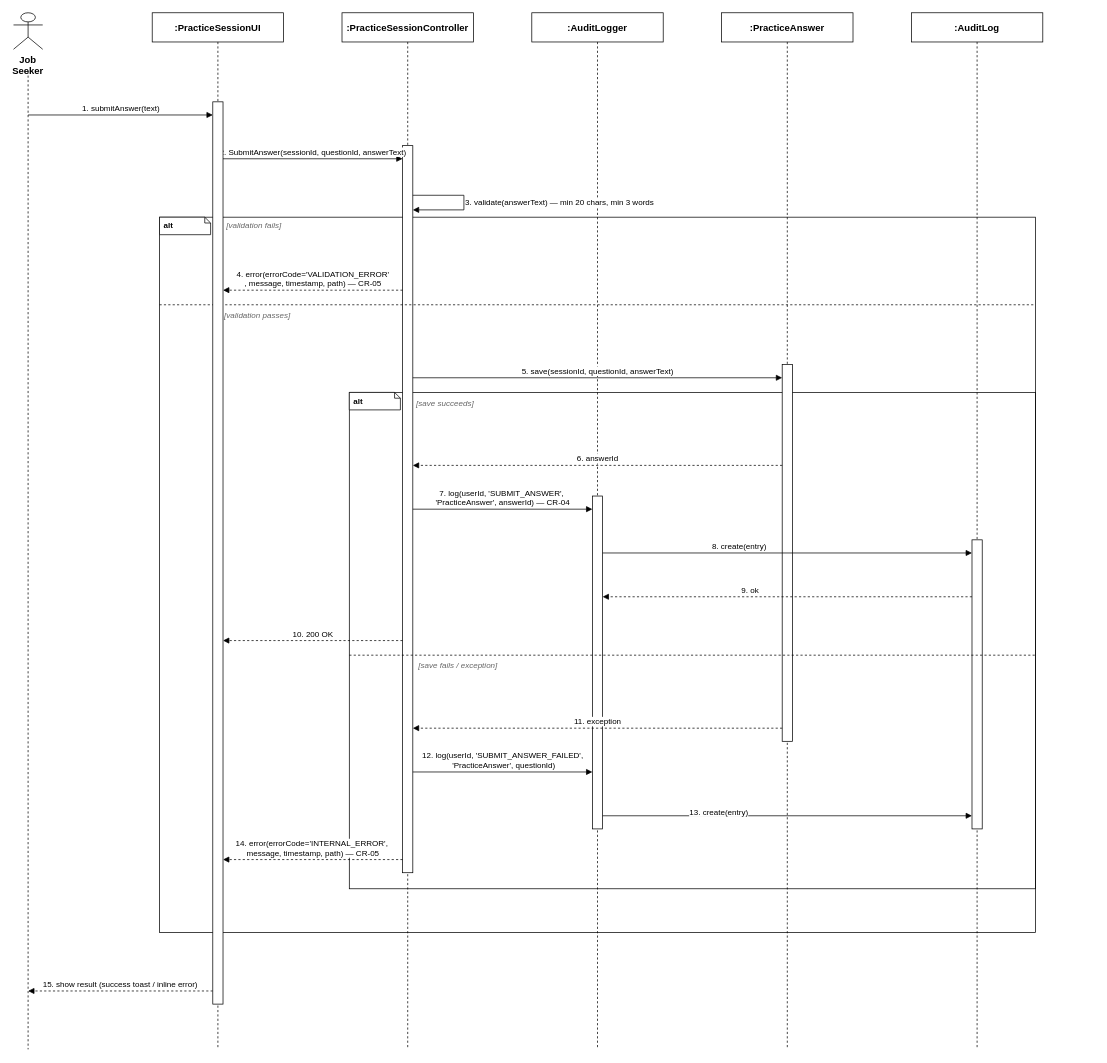
This is docs/qa/sequence-diagrams/Report4_SequenceDiagram_JobSeeker_AuditLogAndErrorHandling.drawio from tulklk/AI_Interview_Question_Generation_RAG_LLM_FE, a draw.io file, before an edit. Source tidied: cells renumbered, new cells numbered last; positions are measured from the earlier drawing's top-left corner, leaving out a move shared by most shapes. Both pictures are drawn from the tidied source at 73%, with x=0, y=0 at pixel (13, 12).
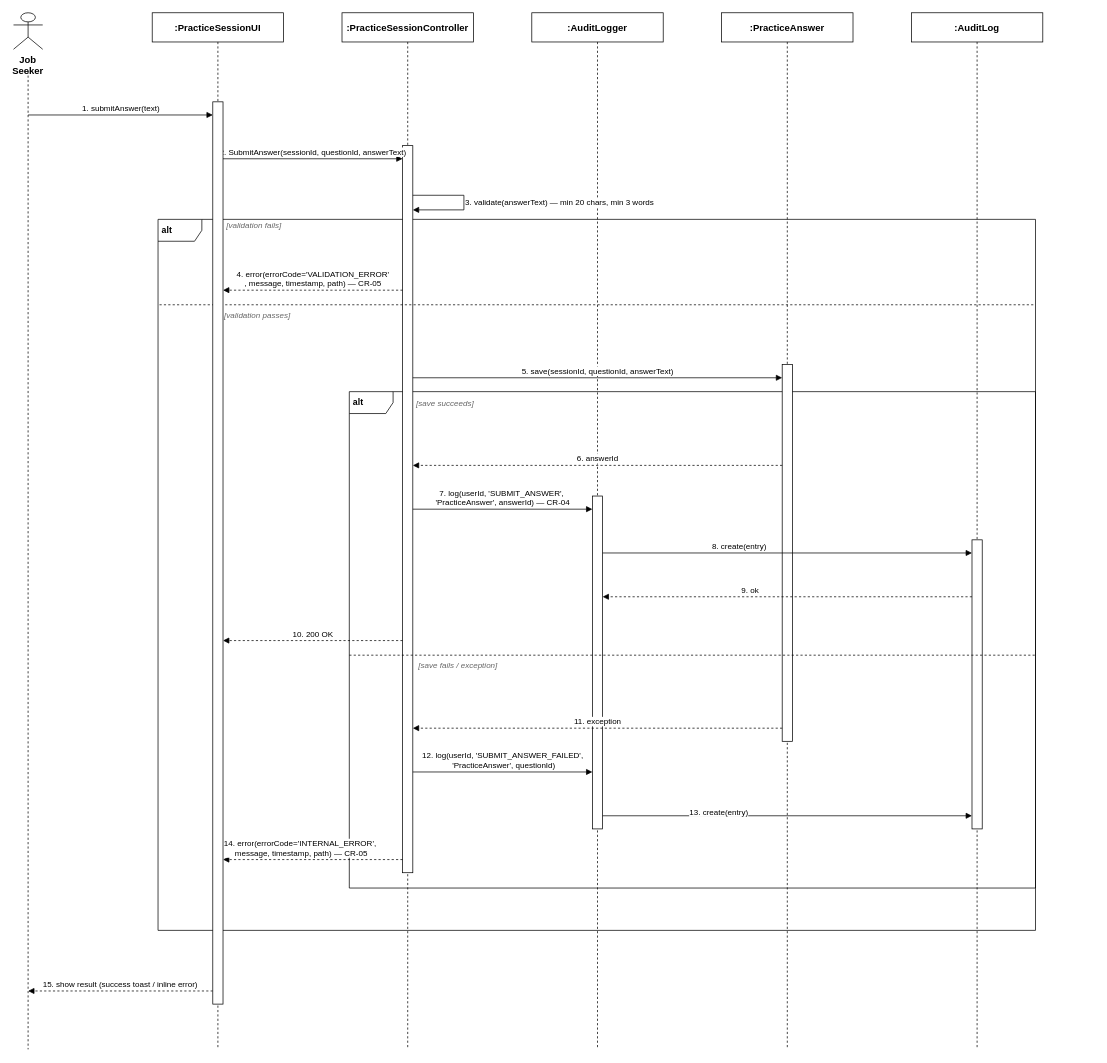
The same page after the edit.

Change to the diagram source:
```diff
@@
-    <mxCell id="2" style="rounded=0;whiteSpace=wrap;html=1;fillColor=none;verticalAlign=top;" parent="1" vertex="1">
-      <mxGeometry x="460" y="520" width="940" height="680" as="geometry" />
-    </mxCell>
-    <mxCell id="3" style="rounded=0;whiteSpace=wrap;html=1;fillColor=none;verticalAlign=top;" parent="1" vertex="1">
-      <mxGeometry x="200" y="280" width="1200" height="980" as="geometry" />
-    </mxCell>
+    <mxCell id="44" value="&lt;b&gt;&amp;nbsp;alt&lt;/b&gt;" style="shape=umlFrame;whiteSpace=wrap;html=1;align=left;" parent="1" vertex="1">
+      <mxGeometry x="460" y="519" width="940" height="680" as="geometry" />
+    </mxCell>
+    <mxCell id="45" value="&lt;b&gt;&amp;nbsp;alt&lt;/b&gt;" style="shape=umlFrame;whiteSpace=wrap;html=1;align=left;" parent="1" vertex="1">
+      <mxGeometry x="198" y="283" width="1202" height="974" as="geometry" />
+    </mxCell>
@@
-    <mxCell id="20" value="alt" style="shape=note;whiteSpace=wrap;html=1;fontStyle=1;fontSize=11;align=left;spacingLeft=4;size=8;" parent="1" vertex="1">
-      <mxGeometry x="460" y="520" width="70" height="24" as="geometry" />
-    </mxCell>
@@
-    <mxCell id="24" value="alt" style="shape=note;whiteSpace=wrap;html=1;fontStyle=1;fontSize=11;align=left;spacingLeft=4;size=8;" parent="1" vertex="1">
-      <mxGeometry x="200" y="280" width="70" height="24" as="geometry" />
-    </mxCell>
@@
     <mxCell id="41" value="14. error(errorCode='INTERNAL_ERROR',&amp;nbsp;&lt;div&gt;message, timestamp, path) — CR-05&lt;/div&gt;" style="endArrow=block;endFill=1;html=1;dashed=1;fontSize=11;align=center;verticalAlign=bottom;labelBackgroundColor=#ffffff;" parent="1" edge="1">
-      <mxGeometry relative="1" as="geometry">
+      <mxGeometry x="0.12" relative="1" as="geometry">
         <mxPoint x="533" y="1160" as="sourcePoint" />
         <mxPoint x="287" y="1160" as="targetPoint" />
+        <mxPoint x="-1" as="offset" />
       </mxGeometry>
     </mxCell>
```
